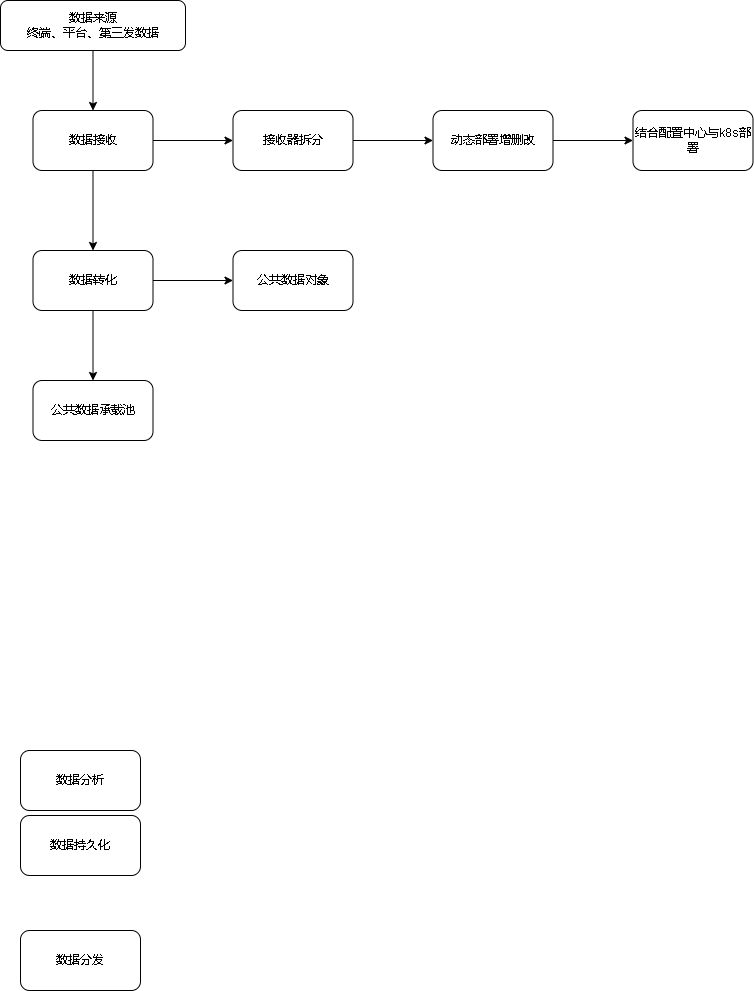
The draw.io diagram 808后台架构.drawio.png in xktder/draw, before a commit. Source tidied: cells renumbered, new cells last; positions are measured from the earlier drawing's top-left corner, leaving out a move shared by most shapes.
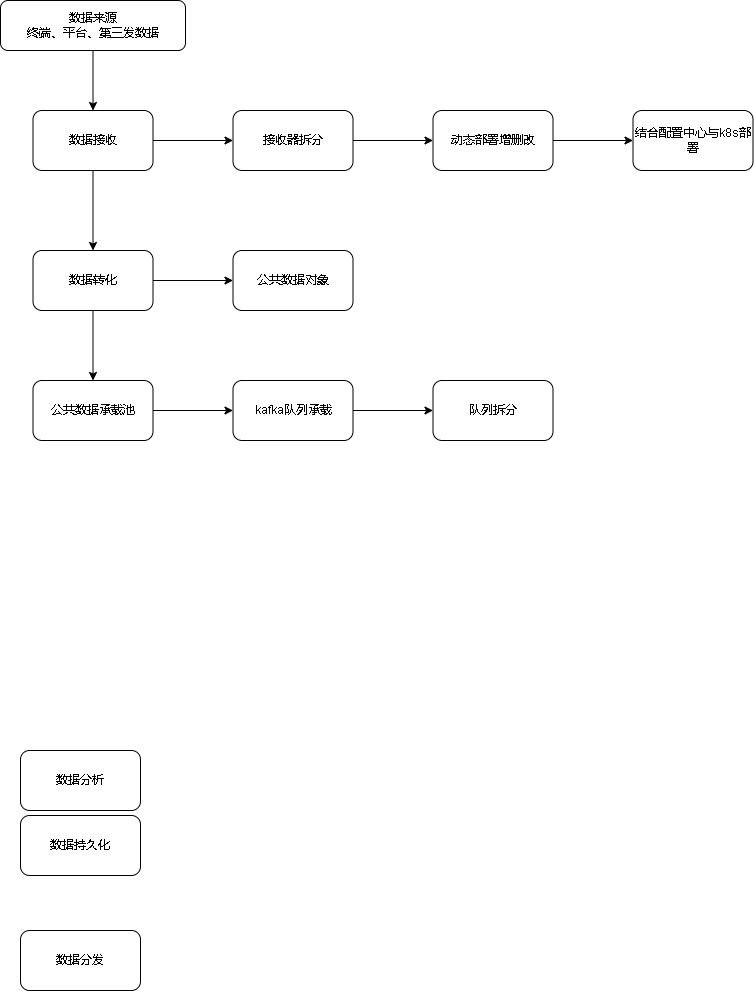
Above is the later version.

Commit message:
更新808后台架构.drawio.png

Diff of the diagram source:
```diff
@@ -53,8 +53,20 @@
     <mxCell id="18" value="公共数据对象" style="whiteSpace=wrap;html=1;rounded=1;" parent="1" vertex="1">
       <mxGeometry x="232.5" y="250" width="120" height="60" as="geometry" />
     </mxCell>
+    <mxCell id="20" style="edgeStyle=orthogonalEdgeStyle;curved=1;rounded=0;jettySize=auto;html=1;" parent="1" edge="1" source="19" target="22">
+      <mxGeometry relative="1" as="geometry" />
+    </mxCell>
     <mxCell id="19" value="公共数据承载池" style="whiteSpace=wrap;html=1;rounded=1;" parent="1" vertex="1">
       <mxGeometry x="32.5" y="380" width="120" height="60" as="geometry" />
     </mxCell>
+    <mxCell id="21" style="edgeStyle=orthogonalEdgeStyle;curved=1;rounded=0;jettySize=auto;html=1;" parent="1" edge="1" source="22" target="23">
+      <mxGeometry relative="1" as="geometry" />
+    </mxCell>
+    <mxCell id="22" value="kafka队列承载" style="whiteSpace=wrap;html=1;rounded=1;" parent="1" vertex="1">
+      <mxGeometry x="232.5" y="380" width="120" height="60" as="geometry" />
+    </mxCell>
+    <mxCell id="23" value="队列拆分" style="whiteSpace=wrap;html=1;rounded=1;" parent="1" vertex="1">
+      <mxGeometry x="432.5" y="380" width="120" height="60" as="geometry" />
+    </mxCell>
   </root>
 </mxGraphModel>
```
